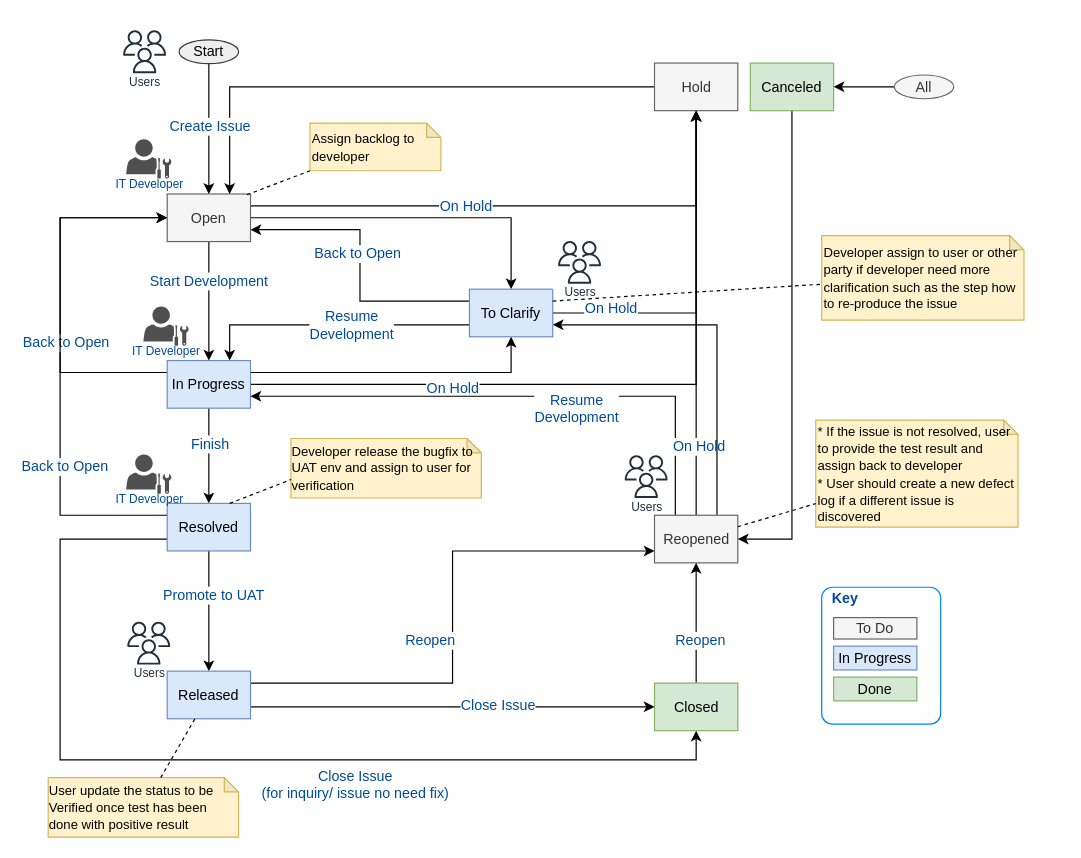
Earlier version of the draw.io diagram page "Modified JIRA UAT Flow" (9 of 9) of Change Request Process.drawio (whalebig27/change-request-process-diagram). Source tidied: cells renumbered, new cells numbered last; positions are measured from the earlier drawing's top-left corner, leaving out a move shared by most shapes. Both pictures are drawn from the tidied source at 119%, with x=0, y=0 at pixel (48, 24).
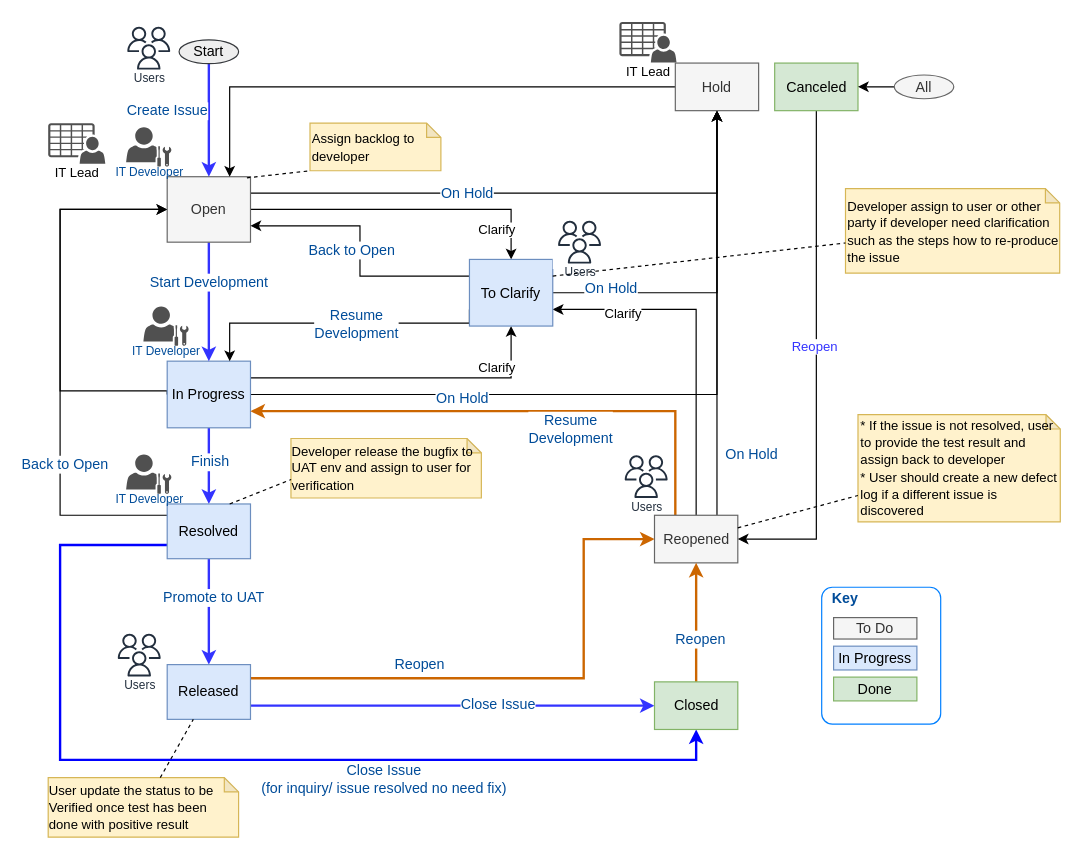
The same page after the edit.

The change refers to these unchanged cells:
```xml
<mxCell id="9" style="edgeStyle=orthogonalEdgeStyle;rounded=0;jettySize=auto;html=1;exitX=1;exitY=0.25;exitDx=0;exitDy=0;entryX=0.5;entryY=1;entryDx=0;entryDy=0;" parent="1" edge="1" source="10" target="48">
  <mxGeometry relative="1" as="geometry" />
</mxCell>
<mxCell id="15" style="edgeStyle=orthogonalEdgeStyle;rounded=0;jettySize=auto;html=1;exitX=1;exitY=0.5;exitDx=0;exitDy=0;entryX=0.5;entryY=0;entryDx=0;entryDy=0;" parent="1" edge="1" source="16" target="48">
  <mxGeometry relative="1" as="geometry" />
</mxCell>
<mxCell id="29" value="Reopened" style="rounded=0;whiteSpace=wrap;html=1;strokeColor=#666666;fontSize=12;align=center;fontColor=#333333;fillColor=#f5f5f5;" parent="1" vertex="1">
  <mxGeometry x="509.5" y="412.5" width="70" height="40" as="geometry" />
</mxCell>
<mxCell id="51" value="Start" style="ellipse;whiteSpace=wrap;html=1;strokeColor=#36393d;fontSize=12;align=center;fillColor=#eeeeee;" parent="1" vertex="1">
  <mxGeometry x="110" y="13" width="50" height="20" as="geometry" />
</mxCell>
```

Change to the diagram source:
```diff
@@
-    <mxCell id="5" style="edgeStyle=orthogonalEdgeStyle;rounded=0;jettySize=auto;html=1;entryX=0;entryY=0.5;entryDx=0;entryDy=0;fontSize=12;fontColor=#004C99;exitX=0;exitY=0.25;exitDx=0;exitDy=0;" parent="1" edge="1" source="10" target="16">
+    <mxCell id="5" style="edgeStyle=orthogonalEdgeStyle;rounded=0;jettySize=auto;html=1;entryX=0;entryY=0.5;entryDx=0;entryDy=0;fontSize=12;fontColor=#004C99;exitX=0;exitY=0.5;exitDx=0;exitDy=0;" parent="1" edge="1" source="10" target="16">
       <mxGeometry relative="1" as="geometry">
         <Array as="points">
-          <mxPoint x="10" y="292.5" />
-          <mxPoint x="10" y="162.5" />
+          <mxPoint x="100" y="308" />
+          <mxPoint x="10" y="308" />
+          <mxPoint x="10" y="156" />
         </Array>
       </mxGeometry>
     </mxCell>
-    <mxCell id="6" value="Back to Open" style="text;html=1;align=center;verticalAlign=middle;labelBackgroundColor=#ffffff;fontSize=12;fontColor=#004C99;" parent="5" vertex="1">
-      <mxGeometry x="-0.26" y="-4" relative="1" as="geometry" />
-    </mxCell>
-    <mxCell id="7" style="edgeStyle=orthogonalEdgeStyle;rounded=0;jettySize=auto;html=1;entryX=0.5;entryY=0;entryDx=0;entryDy=0;fontSize=12;fontColor=#004C99;" parent="1" edge="1" source="10" target="23">
+    <mxCell id="7" style="edgeStyle=orthogonalEdgeStyle;rounded=0;jettySize=auto;html=1;entryX=0.5;entryY=0;entryDx=0;entryDy=0;fontSize=12;fontColor=#004C99;strokeColor=#3333FF;strokeWidth=2;" parent="1" edge="1" source="10" target="23">
       <mxGeometry relative="1" as="geometry" />
     </mxCell>
@@
+    <mxCell id="75" value="Clarify" style="text;html=1;align=center;verticalAlign=middle;labelBackgroundColor=#ffffff;fontSize=11;" parent="9" vertex="1">
+      <mxGeometry x="0.74" y="13" relative="1" as="geometry" />
+    </mxCell>
     <mxCell id="10" value="In Progress" style="rounded=0;whiteSpace=wrap;html=1;strokeColor=#6c8ebf;fontSize=12;align=center;fillColor=#dae8fc;" parent="1" vertex="1">
-      <mxGeometry x="100" y="282.5" width="70" height="40" as="geometry" />
+      <mxGeometry x="100" y="283" width="70" height="56" as="geometry" />
     </mxCell>
-    <mxCell id="11" style="edgeStyle=orthogonalEdgeStyle;rounded=0;jettySize=auto;html=1;entryX=0.5;entryY=0;entryDx=0;entryDy=0;fontSize=12;fontColor=#004C99;" parent="1" edge="1" source="16" target="10">
+    <mxCell id="11" style="edgeStyle=orthogonalEdgeStyle;rounded=0;jettySize=auto;html=1;entryX=0.5;entryY=0;entryDx=0;entryDy=0;fontSize=12;fontColor=#004C99;strokeColor=#3333FF;strokeWidth=2;" parent="1" edge="1" source="16" target="10">
       <mxGeometry relative="1" as="geometry" />
     </mxCell>
@@
+    <mxCell id="76" value="Clarify" style="text;html=1;align=center;verticalAlign=middle;labelBackgroundColor=#ffffff;fontSize=11;" parent="15" vertex="1">
+      <mxGeometry x="0.58" y="-17" relative="1" as="geometry" />
+    </mxCell>
     <mxCell id="16" value="Open" style="rounded=0;whiteSpace=wrap;html=1;strokeColor=#666666;fontSize=12;align=center;fontColor=#333333;fillColor=#f5f5f5;" parent="1" vertex="1">
-      <mxGeometry x="100" y="142.5" width="70" height="40" as="geometry" />
+      <mxGeometry x="100" y="128" width="70" height="55" as="geometry" />
     </mxCell>
     <mxCell id="17" style="edgeStyle=orthogonalEdgeStyle;rounded=0;jettySize=auto;html=1;entryX=0;entryY=0.5;entryDx=0;entryDy=0;fontSize=12;fontColor=#004C99;" parent="1" edge="1" target="16">
       <mxGeometry relative="1" as="geometry">
         <mxPoint x="100" y="412.5" as="sourcePoint" />
         <Array as="points">
-          <mxPoint x="10" y="412.5" />
-          <mxPoint x="10" y="162.5" />
+          <mxPoint x="10" y="413" />
+          <mxPoint x="10" y="156" />
         </Array>
       </mxGeometry>
     </mxCell>
@@
-    <mxCell id="19" style="edgeStyle=orthogonalEdgeStyle;rounded=0;jettySize=auto;html=1;entryX=0.5;entryY=0;entryDx=0;entryDy=0;fontSize=12;fontColor=#004C99;" parent="1" edge="1" source="23" target="38">
+    <mxCell id="19" style="edgeStyle=orthogonalEdgeStyle;rounded=0;jettySize=auto;html=1;entryX=0.5;entryY=0;entryDx=0;entryDy=0;fontSize=12;fontColor=#004C99;strokeColor=#3333FF;strokeWidth=2;" parent="1" edge="1" source="23" target="38">
       <mxGeometry relative="1" as="geometry" />
     </mxCell>
@@
-    <mxCell id="21" style="edgeStyle=orthogonalEdgeStyle;rounded=0;jettySize=auto;html=1;exitX=0;exitY=0.75;exitDx=0;exitDy=0;fontSize=12;fontColor=#004C99;entryX=0.5;entryY=1;entryDx=0;entryDy=0;" parent="1" edge="1" source="23" target="41">
+    <mxCell id="21" style="edgeStyle=orthogonalEdgeStyle;rounded=0;jettySize=auto;html=1;exitX=0;exitY=0.75;exitDx=0;exitDy=0;fontSize=12;fontColor=#004C99;entryX=0.5;entryY=1;entryDx=0;entryDy=0;strokeWidth=2;strokeColor=#0000FF;" parent="1" edge="1" source="23" target="41">
       <mxGeometry relative="1" as="geometry">
         <Array as="points">
-          <mxPoint x="10" y="433" />
+          <mxPoint x="10" y="438" />
           <mxPoint x="10" y="618" />
           <mxPoint x="545" y="618" />
         </Array>
       </mxGeometry>
     </mxCell>
-    <mxCell id="22" value="&lt;div&gt;Close Issue&lt;/div&gt;&lt;div&gt;(for inquiry/ issue no need fix)&lt;br&gt;&lt;/div&gt;" style="text;html=1;align=center;verticalAlign=middle;labelBackgroundColor=#ffffff;fontSize=12;fontColor=#004C99;" parent="21" vertex="1">
+    <mxCell id="22" value="&lt;div&gt;Close Issue&lt;/div&gt;&lt;div&gt;(for inquiry/ issue resolved no need fix)&lt;br&gt;&lt;/div&gt;" style="text;html=1;align=center;verticalAlign=middle;labelBackgroundColor=#ffffff;fontSize=12;fontColor=#004C99;" parent="21" vertex="1">
       <mxGeometry x="0.06" y="-1" relative="1" as="geometry">
-        <mxPoint x="81" y="19" as="offset" />
+        <mxPoint x="102" y="14" as="offset" />
       </mxGeometry>
     </mxCell>
     <mxCell id="23" value="Resolved" style="rounded=0;whiteSpace=wrap;html=1;strokeColor=#6c8ebf;fontSize=12;align=center;fillColor=#dae8fc;" parent="1" vertex="1">
-      <mxGeometry x="100" y="402.5" width="70" height="40" as="geometry" />
+      <mxGeometry x="100" y="403" width="70" height="46" as="geometry" />
     </mxCell>
-    <mxCell id="24" style="edgeStyle=orthogonalEdgeStyle;rounded=0;jettySize=auto;html=1;entryX=1;entryY=0.75;entryDx=0;entryDy=0;fontSize=12;fontColor=#004C99;exitX=0.25;exitY=0;exitDx=0;exitDy=0;" parent="1" edge="1" source="29" target="10">
+    <mxCell id="24" style="edgeStyle=orthogonalEdgeStyle;rounded=0;jettySize=auto;html=1;entryX=1;entryY=0.75;entryDx=0;entryDy=0;fontSize=12;fontColor=#004C99;exitX=0.25;exitY=0;exitDx=0;exitDy=0;strokeColor=#CC6600;strokeWidth=2;" parent="1" edge="1" source="29" target="10">
       <mxGeometry relative="1" as="geometry">
         <Array as="points">
-          <mxPoint x="527" y="312.5" />
+          <mxPoint x="527" y="325" />
         </Array>
       </mxGeometry>
     </mxCell>
     <mxCell id="25" value="Resume &lt;br&gt;Development" style="text;html=1;align=center;verticalAlign=middle;labelBackgroundColor=#ffffff;fontSize=12;fontColor=#004C99;" parent="24" vertex="1">
       <mxGeometry x="-0.23" y="-3" relative="1" as="geometry">
-        <mxPoint x="-7.5" y="12.5" as="offset" />
+        <mxPoint x="-5" y="17" as="offset" />
       </mxGeometry>
     </mxCell>
-    <mxCell id="26" style="edgeStyle=orthogonalEdgeStyle;rounded=0;jettySize=auto;html=1;entryX=0.5;entryY=1;entryDx=0;entryDy=0;fontSize=12;fontColor=#004C99;" parent="1" edge="1" source="29" target="31">
+    <mxCell id="26" style="edgeStyle=orthogonalEdgeStyle;rounded=0;jettySize=auto;html=1;entryX=0.5;entryY=1;entryDx=0;entryDy=0;fontSize=12;fontColor=#004C99;exitX=0.75;exitY=0;exitDx=0;exitDy=0;" parent="1" edge="1" source="29" target="31">
       <mxGeometry relative="1" as="geometry" />
     </mxCell>
     <mxCell id="27" value="On Hold" style="text;html=1;align=center;verticalAlign=middle;labelBackgroundColor=#ffffff;fontSize=12;fontColor=#004C99;" parent="26" vertex="1">
-      <mxGeometry x="-0.66" y="-2" relative="1" as="geometry" />
+      <mxGeometry x="-0.66" y="-2" relative="1" as="geometry">
+        <mxPoint x="26" y="6.5" as="offset" />
+      </mxGeometry>
     </mxCell>
-    <mxCell id="28" style="edgeStyle=orthogonalEdgeStyle;rounded=0;jettySize=auto;html=1;exitX=0.75;exitY=0;exitDx=0;exitDy=0;entryX=1;entryY=0.75;entryDx=0;entryDy=0;" parent="1" edge="1" source="29" target="48">
+    <mxCell id="28" style="edgeStyle=orthogonalEdgeStyle;rounded=0;jettySize=auto;html=1;exitX=0.5;exitY=0;exitDx=0;exitDy=0;entryX=1;entryY=0.75;entryDx=0;entryDy=0;" parent="1" edge="1" source="29" target="48">
       <mxGeometry relative="1" as="geometry" />
     </mxCell>
+    <mxCell id="77" value="Clarify" style="text;html=1;align=center;verticalAlign=middle;labelBackgroundColor=#ffffff;fontSize=11;" parent="28" vertex="1">
+      <mxGeometry x="0.6" y="3" relative="1" as="geometry" />
+    </mxCell>
@@
     <mxCell id="31" value="Hold" style="rounded=0;whiteSpace=wrap;html=1;strokeColor=#666666;fontSize=12;align=center;fontColor=#333333;fillColor=#f5f5f5;" parent="1" vertex="1">
-      <mxGeometry x="509.5" y="32.5" width="70" height="40" as="geometry" />
+      <mxGeometry x="527" y="32.5" width="70" height="40" as="geometry" />
     </mxCell>
     <mxCell id="32" style="edgeStyle=orthogonalEdgeStyle;rounded=0;jettySize=auto;html=1;entryX=1;entryY=0.5;entryDx=0;entryDy=0;exitX=0.5;exitY=1;exitDx=0;exitDy=0;" parent="1" edge="1" source="33" target="29">
       <mxGeometry relative="1" as="geometry">
         <Array as="points">
-          <mxPoint x="625" y="433" />
+          <mxPoint x="646" y="433" />
         </Array>
       </mxGeometry>
     </mxCell>
+    <mxCell id="78" value="Reopen" style="text;html=1;align=center;verticalAlign=middle;labelBackgroundColor=#ffffff;fontSize=11;fontColor=#3333FF;" parent="32" vertex="1">
+      <mxGeometry x="-0.07" y="-2" relative="1" as="geometry" />
+    </mxCell>
     <mxCell id="33" value="Canceled" style="rounded=0;whiteSpace=wrap;html=1;strokeColor=#82b366;fontSize=12;align=center;fillColor=#d5e8d4;" parent="1" vertex="1">
-      <mxGeometry x="590" y="32.5" width="70" height="40" as="geometry" />
+      <mxGeometry x="610.5" y="32.5" width="70" height="40" as="geometry" />
     </mxCell>
-    <mxCell id="34" style="edgeStyle=orthogonalEdgeStyle;rounded=0;jettySize=auto;html=1;entryX=0;entryY=0.5;entryDx=0;entryDy=0;fontSize=12;fontColor=#004C99;exitX=1;exitY=0.75;exitDx=0;exitDy=0;" parent="1" edge="1" source="38" target="41">
+    <mxCell id="34" style="edgeStyle=orthogonalEdgeStyle;rounded=0;jettySize=auto;html=1;entryX=0;entryY=0.5;entryDx=0;entryDy=0;fontSize=12;fontColor=#004C99;exitX=1;exitY=0.75;exitDx=0;exitDy=0;strokeColor=#3333FF;strokeWidth=2;" parent="1" edge="1" source="38" target="41">
       <mxGeometry relative="1" as="geometry" />
     </mxCell>
@@
-    <mxCell id="36" style="edgeStyle=orthogonalEdgeStyle;rounded=0;jettySize=auto;html=1;exitX=1;exitY=0.25;exitDx=0;exitDy=0;entryX=0;entryY=0.75;entryDx=0;entryDy=0;fontSize=12;fontColor=#004C99;" parent="1" edge="1" source="38" target="29">
-      <mxGeometry relative="1" as="geometry" />
+    <mxCell id="36" style="edgeStyle=orthogonalEdgeStyle;rounded=0;jettySize=auto;html=1;exitX=1;exitY=0.25;exitDx=0;exitDy=0;entryX=0;entryY=0.5;entryDx=0;entryDy=0;fontSize=12;fontColor=#004C99;strokeColor=#CC6600;strokeWidth=2;" parent="1" edge="1" source="38" target="29">
+      <mxGeometry relative="1" as="geometry">
+        <Array as="points">
+          <mxPoint x="450" y="550" />
+          <mxPoint x="450" y="433" />
+        </Array>
+      </mxGeometry>
     </mxCell>
     <mxCell id="37" value="Reopen" style="text;html=1;align=center;verticalAlign=middle;labelBackgroundColor=#ffffff;fontSize=12;fontColor=#004C99;" parent="36" vertex="1">
       <mxGeometry x="-0.4" y="33" relative="1" as="geometry">
-        <mxPoint x="15" y="-3" as="offset" />
+        <mxPoint x="4" y="21" as="offset" />
       </mxGeometry>
     </mxCell>
     <mxCell id="38" value="Released" style="rounded=0;whiteSpace=wrap;html=1;strokeColor=#6c8ebf;fontSize=12;align=center;fillColor=#dae8fc;" parent="1" vertex="1">
-      <mxGeometry x="100" y="543.5" width="70" height="40" as="geometry" />
+      <mxGeometry x="100" y="538" width="70" height="46" as="geometry" />
     </mxCell>
-    <mxCell id="39" style="edgeStyle=orthogonalEdgeStyle;rounded=0;jettySize=auto;html=1;entryX=0.5;entryY=1;entryDx=0;entryDy=0;fontSize=12;fontColor=#004C99;" parent="1" edge="1" source="41" target="29">
+    <mxCell id="39" style="edgeStyle=orthogonalEdgeStyle;rounded=0;jettySize=auto;html=1;entryX=0.5;entryY=1;entryDx=0;entryDy=0;fontSize=12;fontColor=#004C99;strokeColor=#CC6600;strokeWidth=2;" parent="1" edge="1" source="41" target="29">
       <mxGeometry relative="1" as="geometry" />
     </mxCell>
@@
     <mxCell id="41" value="Closed" style="rounded=0;whiteSpace=wrap;html=1;strokeColor=#82b366;fontSize=12;align=center;fillColor=#d5e8d4;" parent="1" vertex="1">
-      <mxGeometry x="509.5" y="553.5" width="70" height="40" as="geometry" />
+      <mxGeometry x="509.5" y="552.5" width="70" height="40" as="geometry" />
     </mxCell>
     <mxCell id="42" style="edgeStyle=orthogonalEdgeStyle;rounded=0;jettySize=auto;html=1;entryX=0.75;entryY=0;entryDx=0;entryDy=0;fontSize=12;fontColor=#004C99;exitX=0;exitY=0.75;exitDx=0;exitDy=0;" parent="1" edge="1" source="48" target="10">
-      <mxGeometry relative="1" as="geometry" />
+      <mxGeometry relative="1" as="geometry">
+        <Array as="points">
+          <mxPoint x="153" y="251" />
+        </Array>
+      </mxGeometry>
     </mxCell>
@@
     <mxCell id="48" value="To Clarify" style="rounded=0;whiteSpace=wrap;html=1;strokeColor=#6c8ebf;fontSize=12;align=center;fillColor=#dae8fc;" parent="1" vertex="1">
-      <mxGeometry x="354" y="222.5" width="70" height="40" as="geometry" />
+      <mxGeometry x="354" y="197.5" width="70" height="56" as="geometry" />
     </mxCell>
-    <mxCell id="49" style="edgeStyle=orthogonalEdgeStyle;rounded=0;jettySize=auto;html=1;entryX=0.5;entryY=0;entryDx=0;entryDy=0;fontSize=12;fontColor=#004C99;" parent="1" edge="1" source="51" target="16">
+    <mxCell id="49" style="edgeStyle=orthogonalEdgeStyle;rounded=0;jettySize=auto;html=1;entryX=0.5;entryY=0;entryDx=0;entryDy=0;fontSize=12;fontColor=#004C99;strokeColor=#3333FF;strokeWidth=2;" parent="1" edge="1" source="51" target="16">
       <mxGeometry relative="1" as="geometry" />
     </mxCell>
     <mxCell id="50" value="Create Issue" style="text;html=1;align=center;verticalAlign=middle;labelBackgroundColor=#ffffff;fontSize=12;fontColor=#004C99;" parent="49" vertex="1">
       <mxGeometry y="-17" relative="1" as="geometry">
-        <mxPoint x="17" y="-3" as="offset" />
+        <mxPoint x="-19" y="-8.5" as="offset" />
       </mxGeometry>
     </mxCell>
@@
     <mxCell id="58" value="&lt;div style=&quot;text-align: left&quot;&gt;&lt;span style=&quot;font-size: 11px&quot;&gt;* If the issue is not resolved, user to provide the test result and assign back to developer&lt;/span&gt;&lt;/div&gt;&lt;div style=&quot;text-align: left&quot;&gt;&lt;span style=&quot;font-size: 11px&quot;&gt;* User should create a new defect log if a different issue is discovered&lt;/span&gt;&lt;/div&gt;" style="shape=note;whiteSpace=wrap;html=1;backgroundOutline=1;darkOpacity=0.05;strokeColor=#d6b656;fontSize=12;align=left;size=12;fillColor=#fff2cc;" parent="1" vertex="1">
-      <mxGeometry x="645" y="332.5" width="170" height="90" as="geometry" />
+      <mxGeometry x="680.5" y="328" width="170" height="90" as="geometry" />
     </mxCell>
@@
-    <mxCell id="60" value="&lt;div style=&quot;text-align: left&quot;&gt;&lt;span style=&quot;font-size: 11px&quot;&gt;Developer assign to user or other party if developer need more clarification such as the step how to re-produce the issue&lt;/span&gt;&lt;/div&gt;" style="shape=note;whiteSpace=wrap;html=1;backgroundOutline=1;darkOpacity=0.05;strokeColor=#d6b656;fontSize=12;align=left;size=12;fillColor=#fff2cc;" parent="1" vertex="1">
-      <mxGeometry x="650" y="177.5" width="170" height="71" as="geometry" />
+    <mxCell id="60" value="&lt;div style=&quot;text-align: left&quot;&gt;&lt;span style=&quot;font-size: 11px&quot;&gt;Developer assign to user or other party if developer need clarification such as the steps how to re-produce the issue&lt;/span&gt;&lt;/div&gt;" style="shape=note;whiteSpace=wrap;html=1;backgroundOutline=1;darkOpacity=0.05;strokeColor=#d6b656;fontSize=12;align=left;size=12;fillColor=#fff2cc;" parent="1" vertex="1">
+      <mxGeometry x="670" y="138" width="180" height="71" as="geometry" />
     </mxCell>
@@
     <mxCell id="68" value="Users" style="fontColor=#232F3E;gradientColor=none;strokeColor=#232F3E;fillColor=#ffffff;dashed=0;verticalLabelPosition=bottom;verticalAlign=top;align=center;html=1;fontSize=10;fontStyle=0;shape=mxgraph.aws4.resourceIcon;resIcon=mxgraph.aws4.users;spacingTop=-10;" parent="1" vertex="1">
-      <mxGeometry x="62" y="497.5" width="45" height="45" as="geometry" />
+      <mxGeometry x="54" y="507.5" width="45" height="45" as="geometry" />
     </mxCell>
@@
     <mxCell id="70" value="IT Developer" style="shadow=0;dashed=0;html=1;strokeColor=none;fillColor=#505050;labelPosition=center;verticalLabelPosition=bottom;verticalAlign=top;align=center;shape=mxgraph.office.users.administrator;fontSize=10;fontColor=#004C99;spacingTop=-8;" parent="1" vertex="1">
-      <mxGeometry x="65.5" y="96.5" width="38" height="33" as="geometry" />
+      <mxGeometry x="65.5" y="86.5" width="38" height="33" as="geometry" />
     </mxCell>
@@
     <mxCell id="72" value="Users" style="fontColor=#232F3E;gradientColor=none;strokeColor=#232F3E;fillColor=#ffffff;dashed=0;verticalLabelPosition=bottom;verticalAlign=top;align=center;html=1;fontSize=10;fontStyle=0;shape=mxgraph.aws4.resourceIcon;resIcon=mxgraph.aws4.users;spacingTop=-10;" parent="1" vertex="1">
-      <mxGeometry x="424" y="177.5" width="45" height="45" as="geometry" />
+      <mxGeometry x="424" y="160.5" width="45" height="45" as="geometry" />
     </mxCell>
@@
     <mxCell id="74" value="Users" style="fontColor=#232F3E;gradientColor=none;strokeColor=#232F3E;fillColor=#ffffff;dashed=0;verticalLabelPosition=bottom;verticalAlign=top;align=center;html=1;fontSize=10;fontStyle=0;shape=mxgraph.aws4.resourceIcon;resIcon=mxgraph.aws4.users;spacingTop=-10;" parent="1" vertex="1">
-      <mxGeometry x="58.5" y="0.5" width="45" height="45" as="geometry" />
+      <mxGeometry x="62" y="-2.5" width="45" height="45" as="geometry" />
     </mxCell>
+    <mxCell id="79" value="IT Lead" style="shadow=0;dashed=0;html=1;strokeColor=none;fillColor=#505050;labelPosition=center;verticalLabelPosition=bottom;verticalAlign=top;align=center;shape=mxgraph.office.users.csv_file;spacingTop=-5;fontSize=11;" parent="1" vertex="1">
+      <mxGeometry x="480" y="-2" width="48" height="34" as="geometry" />
+    </mxCell>
+    <mxCell id="80" value="IT Lead" style="shadow=0;dashed=0;html=1;strokeColor=none;fillColor=#505050;labelPosition=center;verticalLabelPosition=bottom;verticalAlign=top;align=center;shape=mxgraph.office.users.csv_file;spacingTop=-5;fontSize=11;" parent="1" vertex="1">
+      <mxGeometry y="83" width="48" height="34" as="geometry" />
+    </mxCell>
```
